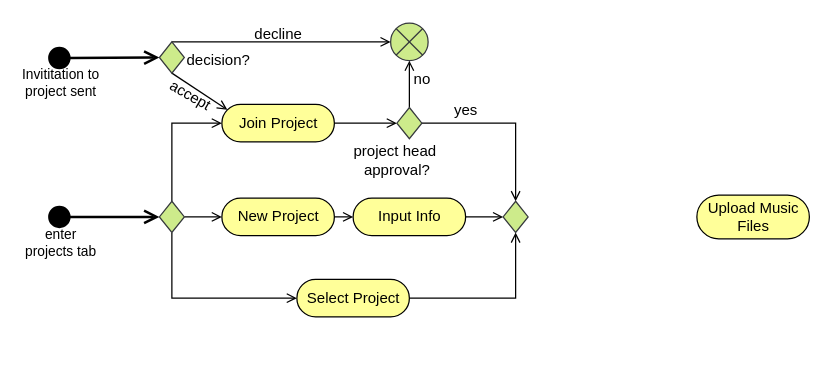
Before: page "Project Activity" (4 of 5) of test Diagram.drawio in Itaybarbar/myProject, a draw.io diagram. Source tidied: cells renumbered, new cells numbered last; positions are measured from the earlier drawing's top-left corner, leaving out a move shared by most shapes. Both pictures are drawn from the tidied source at 125%, with x=0, y=0 at pixel (46, 21).
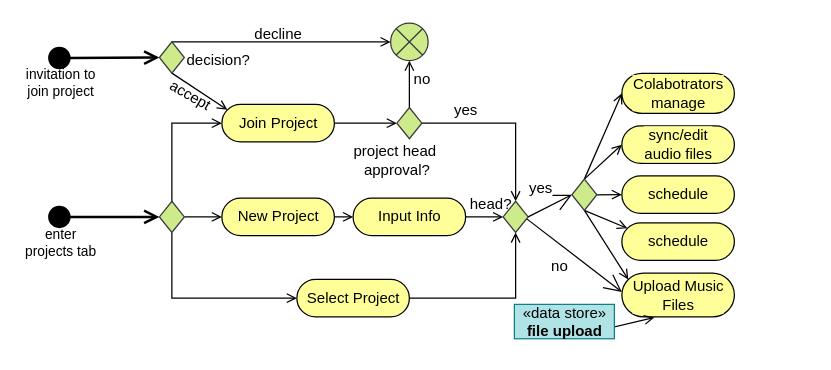
The same diagram, later.

Unchanged cells that the change refers to:
```xml
<mxCell id="16" style="html=1;verticalAlign=bottom;startArrow=circle;startFill=10;endArrow=open;startSize=6;endSize=8;rounded=0;strokeWidth=2;entryX=0;entryY=0.5;entryDx=0;entryDy=0;entryPerimeter=0;" parent="1" edge="1" target="20">
  <mxGeometry x="-0.75" y="-30" relative="1" as="geometry">
    <mxPoint y="29" as="sourcePoint" />
  </mxGeometry>
</mxCell>
<mxCell id="30" style="strokeWidth=1;html=1;shape=mxgraph.flowchart.decision;whiteSpace=wrap;fillColor=#cdeb8b;strokeColor=#36393d;" parent="1" vertex="1">
  <mxGeometry x="365" y="143.5" width="20" height="25" as="geometry" />
</mxCell>
```

The edit, as a diff of the source:
```diff
@@
-    <mxCell id="17" value="Invititation to&lt;br&gt;project sent" style="edgeLabel;html=1;align=center;verticalAlign=middle;labelBackgroundColor=none;" parent="16" vertex="1">
+    <mxCell id="17" value="invitation to&lt;br&gt;join project" style="edgeLabel;html=1;align=center;verticalAlign=middle;labelBackgroundColor=none;" parent="16" vertex="1">
       <mxGeometry x="-0.79" y="-4" relative="1" as="geometry">
         <mxPoint x="1" y="16" as="offset" />
       </mxGeometry>
     </mxCell>
@@
     <mxCell id="32" value="Upload Music &lt;br&gt;Files" style="html=1;dashed=0;whitespace=wrap;shape=mxgraph.dfd.start;shadow=0;glass=0;labelBackgroundColor=#FFFF99;sketch=0;strokeWidth=1;fillColor=#FFFF99;" parent="1" vertex="1">
-      <mxGeometry x="520" y="138.5" width="90" height="35" as="geometry" />
+      <mxGeometry x="460" y="201" width="90" height="35" as="geometry" />
     </mxCell>
+    <mxCell id="33" style="endArrow=open;endFill=1;endSize=12;html=1;rounded=0;sourcePerimeterSpacing=16;strokeWidth=1;jumpSize=5;exitX=1;exitY=0.5;exitDx=0;exitDy=0;exitPerimeter=0;entryX=0;entryY=0.5;entryDx=0;entryDy=0;entryPerimeter=0;" parent="1" edge="1" source="30" target="45">
+      <mxGeometry relative="1" as="geometry" />
+    </mxCell>
+    <mxCell id="34" value="head?" style="text;html=1;align=center;verticalAlign=middle;points=[];strokeColor=none;fillColor=none;" parent="1" vertex="1">
+      <mxGeometry x="330" y="136" width="50" height="20" as="geometry" />
+    </mxCell>
+    <mxCell id="35" style="endArrow=open;endFill=1;endSize=12;html=1;rounded=0;sourcePerimeterSpacing=16;strokeWidth=1;jumpSize=5;exitX=1.084;exitY=1.09;exitDx=0;exitDy=0;exitPerimeter=0;" parent="1" edge="1" source="34">
+      <mxGeometry relative="1" as="geometry">
+        <mxPoint x="460" y="216" as="targetPoint" />
+      </mxGeometry>
+    </mxCell>
+    <mxCell id="36" value="no" style="text;html=1;align=center;verticalAlign=middle;strokeColor=none;fillColor=none;" parent="1" vertex="1">
+      <mxGeometry x="395" y="186" width="30" height="20" as="geometry" />
+    </mxCell>
+    <mxCell id="37" style="rounded=0;jumpSize=5;jettySize=auto;html=1;exitX=0.5;exitY=1;exitDx=0;exitDy=0;startArrow=none;startFill=0;endArrow=open;endFill=0;sourcePerimeterSpacing=16;strokeWidth=1;entryX=0.288;entryY=1.015;entryDx=0;entryDy=0;entryPerimeter=0;" parent="1" edge="1" source="38" target="32">
+      <mxGeometry relative="1" as="geometry" />
+    </mxCell>
+    <mxCell id="38" value="«data store»&lt;br&gt;&lt;b&gt;file upload&lt;/b&gt;" style="html=1;rounded=0;labelBackgroundColor=none;strokeColor=#0e8088;strokeWidth=1;fillColor=#b0e3e6;gradientDirection=north;" parent="1" vertex="1">
+      <mxGeometry x="374" y="226" width="80" height="27.5" as="geometry" />
+    </mxCell>
+    <mxCell id="39" value="yes" style="text;html=1;align=center;verticalAlign=middle;strokeColor=none;fillColor=none;" parent="1" vertex="1">
+      <mxGeometry x="380" y="123.2" width="30" height="20" as="geometry" />
+    </mxCell>
+    <mxCell id="40" style="edgeStyle=none;rounded=0;jumpSize=5;jettySize=auto;html=1;exitX=0.5;exitY=1;exitDx=0;exitDy=0;exitPerimeter=0;entryX=0;entryY=0;entryDx=5.1274999999999995;entryDy=5.127500000000001;entryPerimeter=0;startArrow=none;startFill=0;endArrow=open;endFill=0;sourcePerimeterSpacing=16;strokeWidth=1;" parent="1" edge="1" source="45" target="32">
+      <mxGeometry relative="1" as="geometry" />
+    </mxCell>
+    <mxCell id="41" style="edgeStyle=none;rounded=0;jumpSize=5;jettySize=auto;html=1;exitX=0.5;exitY=1;exitDx=0;exitDy=0;exitPerimeter=0;entryX=0;entryY=0;entryDx=4.395;entryDy=4.395000000000001;entryPerimeter=0;startArrow=none;startFill=0;endArrow=open;endFill=0;sourcePerimeterSpacing=16;strokeWidth=1;" parent="1" edge="1" source="45" target="49">
+      <mxGeometry relative="1" as="geometry" />
+    </mxCell>
+    <mxCell id="42" style="edgeStyle=none;rounded=0;jumpSize=5;jettySize=auto;html=1;exitX=1;exitY=0.5;exitDx=0;exitDy=0;exitPerimeter=0;entryX=0;entryY=0.5;entryDx=0;entryDy=0;entryPerimeter=0;startArrow=none;startFill=0;endArrow=open;endFill=0;sourcePerimeterSpacing=16;strokeWidth=1;" parent="1" edge="1" source="45" target="48">
+      <mxGeometry relative="1" as="geometry" />
+    </mxCell>
+    <mxCell id="43" style="edgeStyle=none;rounded=0;jumpSize=5;jettySize=auto;html=1;exitX=0.5;exitY=0;exitDx=0;exitDy=0;exitPerimeter=0;entryX=0;entryY=0.5;entryDx=0;entryDy=0;entryPerimeter=0;startArrow=none;startFill=0;endArrow=open;endFill=0;sourcePerimeterSpacing=16;strokeWidth=1;" parent="1" edge="1" source="45" target="47">
+      <mxGeometry relative="1" as="geometry" />
+    </mxCell>
+    <mxCell id="44" style="edgeStyle=none;rounded=0;jumpSize=5;jettySize=auto;html=1;exitX=0.5;exitY=0;exitDx=0;exitDy=0;exitPerimeter=0;entryX=0;entryY=0.5;entryDx=0;entryDy=0;entryPerimeter=0;startArrow=none;startFill=0;endArrow=open;endFill=0;sourcePerimeterSpacing=16;strokeWidth=1;" parent="1" edge="1" source="45" target="46">
+      <mxGeometry relative="1" as="geometry" />
+    </mxCell>
+    <mxCell id="45" style="strokeWidth=1;html=1;shape=mxgraph.flowchart.decision;whiteSpace=wrap;fillColor=#cdeb8b;strokeColor=#36393d;" parent="1" vertex="1">
+      <mxGeometry x="420" y="125.8" width="20" height="25" as="geometry" />
+    </mxCell>
+    <mxCell id="46" value="Colabotrators&lt;br&gt;manage" style="html=1;dashed=0;whitespace=wrap;shape=mxgraph.dfd.start;shadow=0;glass=0;labelBackgroundColor=#FFFF99;sketch=0;strokeWidth=1;fillColor=#FFFF99;" parent="1" vertex="1">
+      <mxGeometry x="460" y="41.2" width="90" height="32" as="geometry" />
+    </mxCell>
+    <mxCell id="47" value="sync/edit &lt;br&gt;audio files" style="html=1;dashed=0;whitespace=wrap;shape=mxgraph.dfd.start;shadow=0;glass=0;labelBackgroundColor=#FFFF99;sketch=0;strokeWidth=1;fillColor=#FFFF99;" parent="1" vertex="1">
+      <mxGeometry x="460" y="83.2" width="90" height="30" as="geometry" />
+    </mxCell>
+    <mxCell id="48" value="schedule" style="html=1;dashed=0;whitespace=wrap;shape=mxgraph.dfd.start;shadow=0;glass=0;labelBackgroundColor=#FFFF99;sketch=0;strokeWidth=1;fillColor=#FFFF99;" parent="1" vertex="1">
+      <mxGeometry x="460" y="123.2" width="90" height="30" as="geometry" />
+    </mxCell>
+    <mxCell id="49" value="schedule" style="html=1;dashed=0;whitespace=wrap;shape=mxgraph.dfd.start;shadow=0;glass=0;labelBackgroundColor=#FFFF99;sketch=0;strokeWidth=1;fillColor=#FFFF99;" parent="1" vertex="1">
+      <mxGeometry x="460" y="160.8" width="90" height="30" as="geometry" />
+    </mxCell>
```
